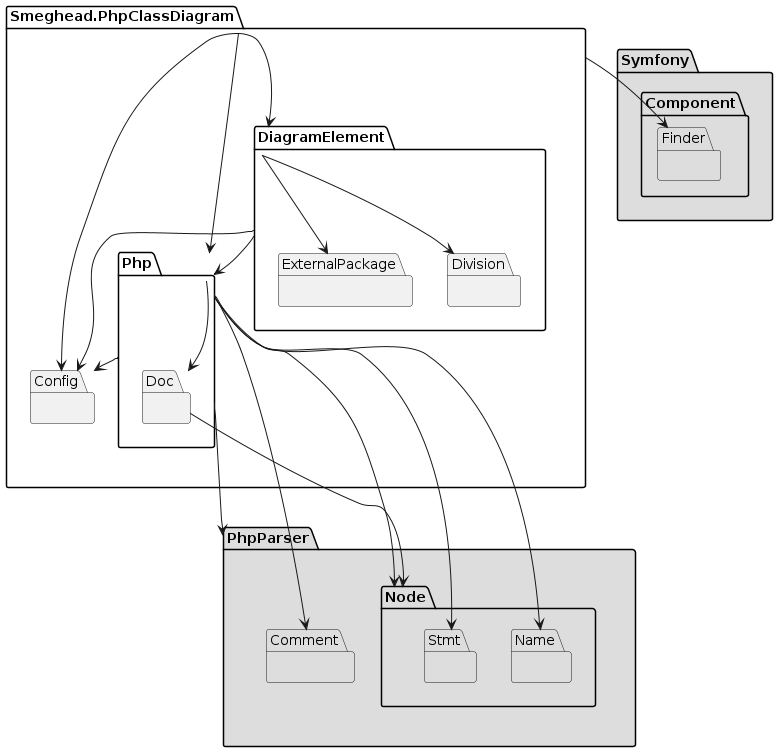
This is dogfood-package.png from smeghead/php-class-diagram, a PlantUML export, as it was before one commit.
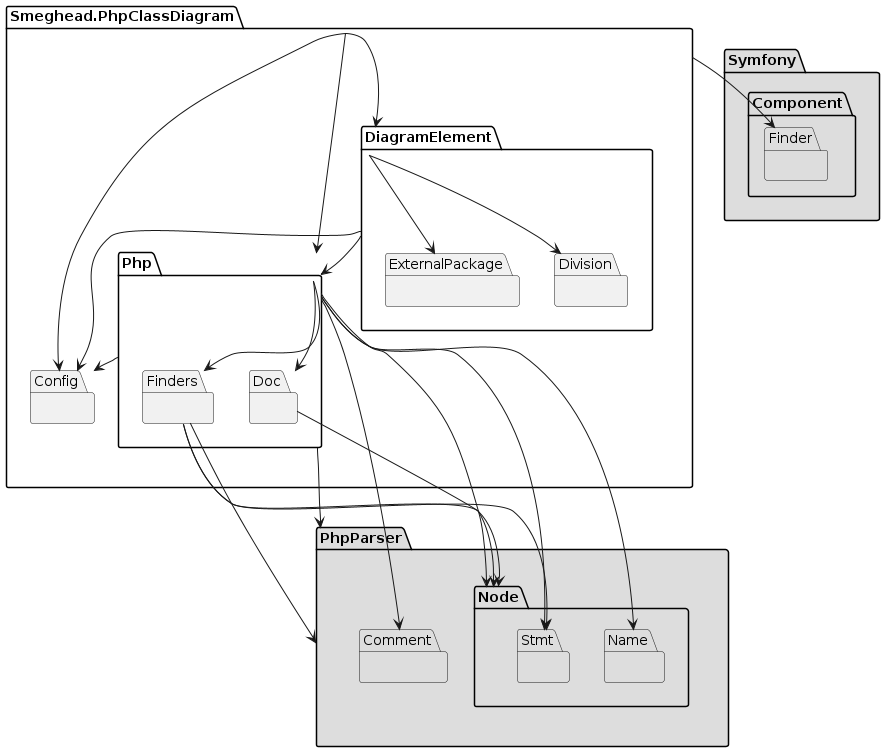
The same file after the commit.

Diff of the diagram source:
```diff
@@ -2,6 +2,8 @@
   package Smeghead.PhpClassDiagram as PhpClassDiagram {
     package Php {
       package Doc {
+      }
+      package Finders {
       }
     }
     package Config {
@@ -40,8 +42,12 @@
   Php --> Node
   Php --> Name
   Php --> PhpParser
+  Php --> Finders
   Php --> Config
   Doc --> Node
+  Finders --> PhpParser
+  Finders --> Node
+  Finders --> Stmt
   DiagramElement --> Php
   DiagramElement --> Config
   DiagramElement --> Division
```
